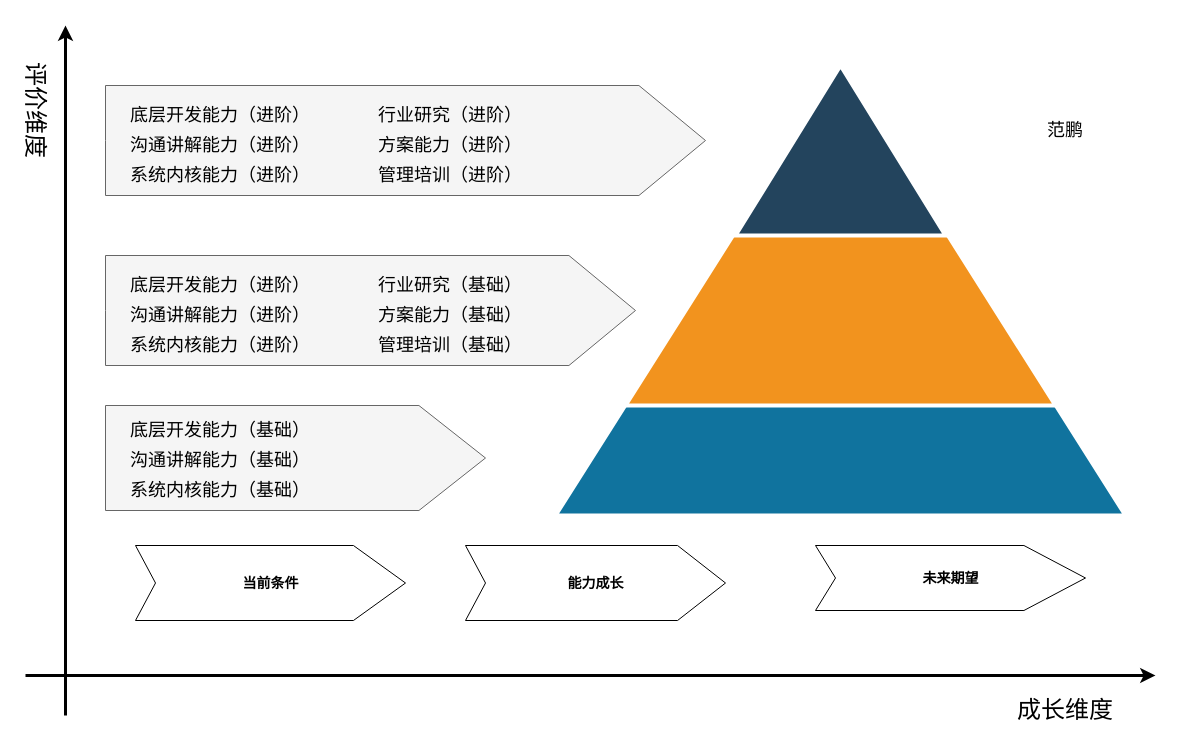
This is page "第 8 页" (8 of 8) of draw/ppt.drawio from peng-fan/drawio, a draw.io file, before an edit. Source tidied: cells renumbered, new cells numbered last; positions are measured from the earlier drawing's top-left corner, leaving out a move shared by most shapes. Both pictures are drawn from the tidied source at 100%, with x=0, y=0 at pixel (-15, 25).
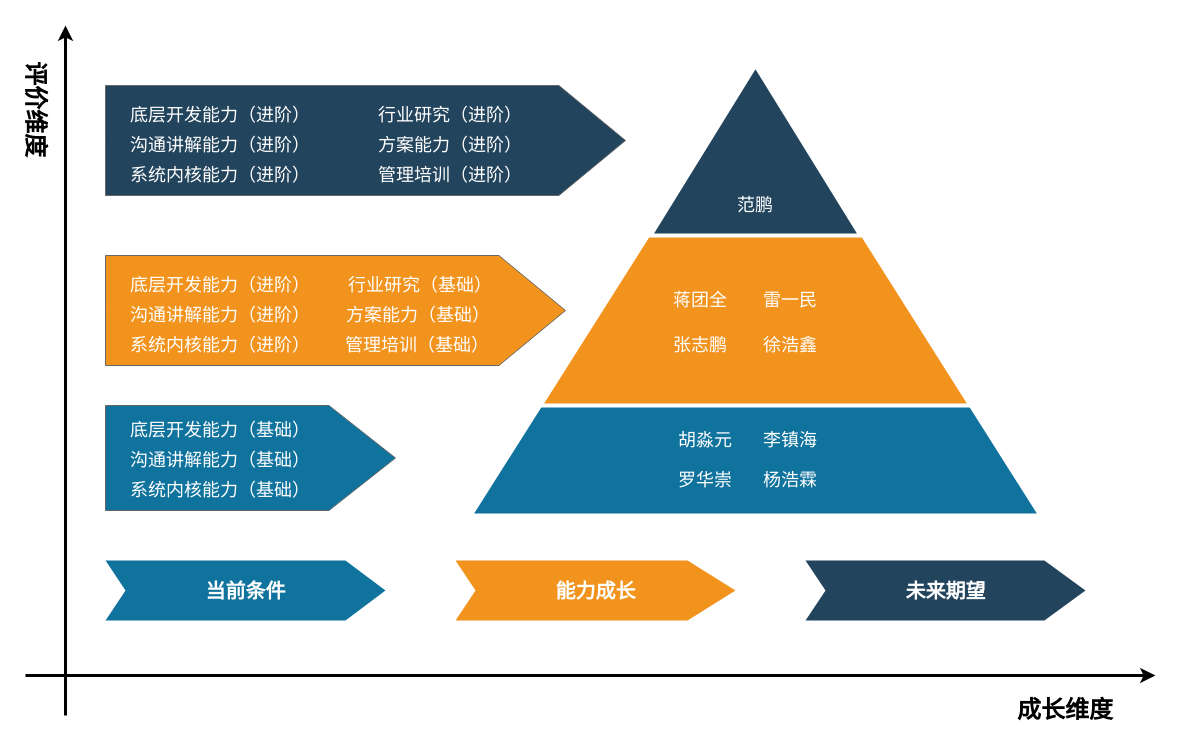
Above is the later version.

Diff of the diagram source:
```diff
@@
     <mxCell id="2" style="triangle;direction=north;strokeWidth=4;html=1;fillColor=#10739E;strokeColor=#ffffff;shadow=0;fontSize=10;fontColor=#FFFFFF;align=center;fontStyle=0;whiteSpace=wrap;spacing=10;" parent="1" vertex="1">
-      <mxGeometry x="570" y="40" width="570" height="450" as="geometry" />
+      <mxGeometry x="485" y="40" width="570" height="450" as="geometry" />
     </mxCell>
     <mxCell id="3" style="triangle;direction=north;strokeWidth=4;html=1;fillColor=#F2931E;strokeColor=#ffffff;shadow=0;fontSize=10;fontColor=#FFFFFF;align=center;fontStyle=0;whiteSpace=wrap;spacing=10;" parent="1" vertex="1">
-      <mxGeometry x="640" y="40" width="430" height="340" as="geometry" />
+      <mxGeometry x="555" y="40" width="430" height="340" as="geometry" />
     </mxCell>
     <mxCell id="4" style="triangle;direction=north;strokeWidth=4;html=1;fillColor=#23445D;strokeColor=#ffffff;shadow=0;fontSize=10;fontColor=#FFFFFF;align=center;fontStyle=0;whiteSpace=wrap;spacing=10;" parent="1" vertex="1">
-      <mxGeometry x="750" y="40" width="210" height="170" as="geometry" />
+      <mxGeometry x="665" y="40" width="210" height="170" as="geometry" />
     </mxCell>
-    <mxCell id="5" style="html=1;shape=mxgraph.infographic.ribbonSimple;notch1=0;notch2=66.57;fillColor=#f5f5f5;strokeColor=#666666;align=left;verticalAlign=middle;fontSize=18;spacingLeft=10;fontStyle=1;shadow=0;fontColor=#333333;" parent="1" vertex="1">
-      <mxGeometry x="120" y="380" width="380" height="105" as="geometry" />
+    <mxCell id="5" style="html=1;shape=mxgraph.infographic.ribbonSimple;notch1=0;notch2=66.57;fillColor=#10739e;strokeColor=#666666;align=left;verticalAlign=middle;fontSize=18;spacingLeft=10;fontStyle=1;shadow=0;fontColor=#333333;" parent="1" vertex="1">
+      <mxGeometry x="120" y="380" width="290" height="105" as="geometry" />
     </mxCell>
-    <mxCell id="6" value="当前条件" style="html=1;shape=mxgraph.infographic.ribbonSimple;notch1=20;notch2=52.06;align=center;verticalAlign=middle;fontSize=14;fontStyle=1;" parent="1" vertex="1">
-      <mxGeometry x="150" y="520" width="270" height="75" as="geometry" />
+    <mxCell id="6" value="&lt;font style=&quot;font-size: 20px;&quot; color=&quot;#ffffff&quot;&gt;当前条件&lt;/font&gt;" style="html=1;shape=mxgraph.infographic.ribbonSimple;notch1=20;notch2=40;align=center;verticalAlign=middle;fontSize=14;fontStyle=1;fillColor=#10739e;strokeColor=none;" parent="1" vertex="1">
+      <mxGeometry x="120" y="535" width="280" height="60" as="geometry" />
     </mxCell>
-    <mxCell id="7" value="能力成长" style="html=1;shape=mxgraph.infographic.ribbonSimple;notch1=20;notch2=47.94;align=center;verticalAlign=middle;fontSize=14;fontStyle=1;" parent="1" vertex="1">
-      <mxGeometry x="480" y="520" width="260" height="75" as="geometry" />
+    <mxCell id="7" value="&lt;font style=&quot;font-size: 20px;&quot; color=&quot;#ffffff&quot;&gt;能力成长&lt;/font&gt;" style="html=1;shape=mxgraph.infographic.ribbonSimple;notch1=20;notch2=47.94;align=center;verticalAlign=middle;fontSize=14;fontStyle=1;fillColor=#f2931e;strokeColor=none;" parent="1" vertex="1">
+      <mxGeometry x="470" y="535" width="280" height="60" as="geometry" />
     </mxCell>
-    <mxCell id="8" value="未来期望" style="html=1;shape=mxgraph.infographic.ribbonSimple;notch1=20;notch2=61.57;align=center;verticalAlign=middle;fontSize=14;fontStyle=1;" parent="1" vertex="1">
-      <mxGeometry x="830" y="520" width="270" height="65" as="geometry" />
+    <mxCell id="8" value="&lt;font style=&quot;font-size: 20px;&quot; color=&quot;#ffffff&quot;&gt;未来期望&lt;/font&gt;" style="html=1;shape=mxgraph.infographic.ribbonSimple;notch1=20;notch2=41.07;align=center;verticalAlign=middle;fontSize=14;fontStyle=1;fillColor=#23445d;strokeColor=none;" parent="1" vertex="1">
+      <mxGeometry x="820" y="535" width="280" height="60" as="geometry" />
     </mxCell>
@@
-    <mxCell id="11" value="&lt;font style=&quot;font-size: 18px;&quot;&gt;底层开发能力（基础）&lt;/font&gt;" style="text;html=1;strokeColor=none;fillColor=none;align=center;verticalAlign=middle;whiteSpace=wrap;rounded=0;" parent="1" vertex="1">
+    <mxCell id="11" value="&lt;font color=&quot;#ffffff&quot; style=&quot;font-size: 18px;&quot;&gt;底层开发能力（基础）&lt;/font&gt;" style="text;html=1;strokeColor=none;fillColor=none;align=center;verticalAlign=middle;whiteSpace=wrap;rounded=0;" parent="1" vertex="1">
       <mxGeometry x="120" y="390" width="230" height="30" as="geometry" />
     </mxCell>
-    <mxCell id="12" value="&lt;font style=&quot;font-size: 18px;&quot;&gt;沟通讲解能力（基础）&lt;/font&gt;" style="text;html=1;strokeColor=none;fillColor=none;align=center;verticalAlign=middle;whiteSpace=wrap;rounded=0;" parent="1" vertex="1">
+    <mxCell id="12" value="&lt;font color=&quot;#ffffff&quot; style=&quot;font-size: 18px;&quot;&gt;沟通讲解能力（基础）&lt;/font&gt;" style="text;html=1;strokeColor=none;fillColor=none;align=center;verticalAlign=middle;whiteSpace=wrap;rounded=0;" parent="1" vertex="1">
       <mxGeometry x="120" y="420" width="230" height="30" as="geometry" />
     </mxCell>
-    <mxCell id="13" value="&lt;font style=&quot;font-size: 18px;&quot;&gt;系统内核能力（基础）&lt;/font&gt;" style="text;html=1;strokeColor=none;fillColor=none;align=center;verticalAlign=middle;whiteSpace=wrap;rounded=0;" parent="1" vertex="1">
+    <mxCell id="13" value="&lt;font color=&quot;#ffffff&quot; style=&quot;font-size: 18px;&quot;&gt;系统内核能力（基础）&lt;/font&gt;" style="text;html=1;strokeColor=none;fillColor=none;align=center;verticalAlign=middle;whiteSpace=wrap;rounded=0;" parent="1" vertex="1">
       <mxGeometry x="120" y="450" width="230" height="30" as="geometry" />
     </mxCell>
-    <mxCell id="14" style="html=1;shape=mxgraph.infographic.ribbonSimple;notch1=0;notch2=66.57;fillColor=#f5f5f5;strokeColor=#666666;align=left;verticalAlign=middle;fontSize=18;spacingLeft=10;fontStyle=1;shadow=0;fontColor=#333333;" parent="1" vertex="1">
-      <mxGeometry x="120" y="230" width="530" height="110" as="geometry" />
+    <mxCell id="14" style="html=1;shape=mxgraph.infographic.ribbonSimple;notch1=0;notch2=66.57;fillColor=#f2931e;strokeColor=#666666;align=left;verticalAlign=middle;fontSize=18;spacingLeft=10;fontStyle=1;shadow=0;fontColor=#333333;" parent="1" vertex="1">
+      <mxGeometry x="120" y="230" width="460" height="110" as="geometry" />
     </mxCell>
-    <mxCell id="15" value="&lt;font style=&quot;font-size: 18px;&quot;&gt;底层开发能力（进阶）&lt;/font&gt;" style="text;html=1;strokeColor=none;fillColor=none;align=center;verticalAlign=middle;whiteSpace=wrap;rounded=0;" parent="1" vertex="1">
+    <mxCell id="15" value="&lt;font color=&quot;#ffffff&quot; style=&quot;font-size: 18px;&quot;&gt;底层开发能力（进阶）&lt;/font&gt;" style="text;html=1;strokeColor=none;fillColor=none;align=center;verticalAlign=middle;whiteSpace=wrap;rounded=0;" parent="1" vertex="1">
       <mxGeometry x="120" y="245" width="230" height="30" as="geometry" />
     </mxCell>
-    <mxCell id="16" value="&lt;font style=&quot;font-size: 18px;&quot;&gt;沟通讲解能力（进阶）&lt;/font&gt;" style="text;html=1;strokeColor=none;fillColor=none;align=center;verticalAlign=middle;whiteSpace=wrap;rounded=0;" parent="1" vertex="1">
+    <mxCell id="16" value="&lt;font color=&quot;#ffffff&quot; style=&quot;font-size: 18px;&quot;&gt;沟通讲解能力（进阶）&lt;/font&gt;" style="text;html=1;strokeColor=none;fillColor=none;align=center;verticalAlign=middle;whiteSpace=wrap;rounded=0;" parent="1" vertex="1">
       <mxGeometry x="120" y="275" width="230" height="30" as="geometry" />
     </mxCell>
-    <mxCell id="17" value="&lt;font style=&quot;font-size: 18px;&quot;&gt;系统内核能力（进阶）&lt;/font&gt;" style="text;html=1;strokeColor=none;fillColor=none;align=center;verticalAlign=middle;whiteSpace=wrap;rounded=0;" parent="1" vertex="1">
+    <mxCell id="17" value="&lt;font color=&quot;#ffffff&quot; style=&quot;font-size: 18px;&quot;&gt;系统内核能力（进阶）&lt;/font&gt;" style="text;html=1;strokeColor=none;fillColor=none;align=center;verticalAlign=middle;whiteSpace=wrap;rounded=0;" parent="1" vertex="1">
       <mxGeometry x="120" y="305" width="230" height="30" as="geometry" />
     </mxCell>
-    <mxCell id="18" value="&lt;font style=&quot;font-size: 18px;&quot;&gt;行业研究（基础）&lt;/font&gt;" style="text;html=1;strokeColor=none;fillColor=none;align=center;verticalAlign=middle;whiteSpace=wrap;rounded=0;" parent="1" vertex="1">
-      <mxGeometry x="350" y="245" width="230" height="30" as="geometry" />
+    <mxCell id="18" value="&lt;font color=&quot;#ffffff&quot; style=&quot;font-size: 18px;&quot;&gt;行业研究（基础）&lt;/font&gt;" style="text;html=1;strokeColor=none;fillColor=none;align=center;verticalAlign=middle;whiteSpace=wrap;rounded=0;" parent="1" vertex="1">
+      <mxGeometry x="320" y="245" width="230" height="30" as="geometry" />
     </mxCell>
-    <mxCell id="19" value="&lt;font style=&quot;font-size: 18px;&quot;&gt;方案能力（基础）&lt;/font&gt;" style="text;html=1;strokeColor=none;fillColor=none;align=center;verticalAlign=middle;whiteSpace=wrap;rounded=0;" parent="1" vertex="1">
-      <mxGeometry x="350" y="275" width="230" height="30" as="geometry" />
+    <mxCell id="19" value="&lt;font color=&quot;#ffffff&quot; style=&quot;font-size: 18px;&quot;&gt;方案能力（基础）&lt;/font&gt;" style="text;html=1;strokeColor=none;fillColor=none;align=center;verticalAlign=middle;whiteSpace=wrap;rounded=0;" parent="1" vertex="1">
+      <mxGeometry x="318" y="275" width="230" height="30" as="geometry" />
     </mxCell>
-    <mxCell id="20" value="&lt;font style=&quot;font-size: 18px;&quot;&gt;管理培训（基础）&lt;/font&gt;" style="text;html=1;strokeColor=none;fillColor=none;align=center;verticalAlign=middle;whiteSpace=wrap;rounded=0;" parent="1" vertex="1">
-      <mxGeometry x="350" y="305" width="230" height="30" as="geometry" />
+    <mxCell id="20" value="&lt;font color=&quot;#ffffff&quot; style=&quot;font-size: 18px;&quot;&gt;管理培训（基础）&lt;/font&gt;" style="text;html=1;strokeColor=none;fillColor=none;align=center;verticalAlign=middle;whiteSpace=wrap;rounded=0;" parent="1" vertex="1">
+      <mxGeometry x="317" y="305" width="230" height="30" as="geometry" />
     </mxCell>
-    <mxCell id="21" style="html=1;shape=mxgraph.infographic.ribbonSimple;notch1=0;notch2=66.57;fillColor=#f5f5f5;strokeColor=#666666;align=left;verticalAlign=middle;fontSize=18;spacingLeft=10;fontStyle=1;shadow=0;fontColor=#333333;" parent="1" vertex="1">
-      <mxGeometry x="120" y="60" width="600" height="110" as="geometry" />
+    <mxCell id="21" style="html=1;shape=mxgraph.infographic.ribbonSimple;notch1=0;notch2=66.57;fillColor=#23445d;strokeColor=#666666;align=left;verticalAlign=middle;fontSize=18;spacingLeft=10;fontStyle=1;shadow=0;fontColor=#333333;" parent="1" vertex="1">
+      <mxGeometry x="120" y="60" width="520" height="110" as="geometry" />
     </mxCell>
-    <mxCell id="22" value="&lt;font style=&quot;font-size: 18px;&quot;&gt;底层开发能力（进阶）&lt;/font&gt;" style="text;html=1;strokeColor=none;fillColor=none;align=center;verticalAlign=middle;whiteSpace=wrap;rounded=0;" parent="1" vertex="1">
+    <mxCell id="22" value="&lt;font color=&quot;#ffffff&quot; style=&quot;font-size: 18px;&quot;&gt;底层开发能力（进阶）&lt;/font&gt;" style="text;html=1;strokeColor=none;fillColor=none;align=center;verticalAlign=middle;whiteSpace=wrap;rounded=0;" parent="1" vertex="1">
       <mxGeometry x="120" y="75" width="230" height="30" as="geometry" />
     </mxCell>
-    <mxCell id="23" value="&lt;font style=&quot;font-size: 18px;&quot;&gt;沟通讲解能力（进阶）&lt;/font&gt;" style="text;html=1;strokeColor=none;fillColor=none;align=center;verticalAlign=middle;whiteSpace=wrap;rounded=0;" parent="1" vertex="1">
+    <mxCell id="23" value="&lt;font color=&quot;#ffffff&quot; style=&quot;font-size: 18px;&quot;&gt;沟通讲解能力（进阶）&lt;/font&gt;" style="text;html=1;strokeColor=none;fillColor=none;align=center;verticalAlign=middle;whiteSpace=wrap;rounded=0;" parent="1" vertex="1">
       <mxGeometry x="120" y="105" width="230" height="30" as="geometry" />
     </mxCell>
-    <mxCell id="24" value="&lt;font style=&quot;font-size: 18px;&quot;&gt;系统内核能力（进阶）&lt;/font&gt;" style="text;html=1;strokeColor=none;fillColor=none;align=center;verticalAlign=middle;whiteSpace=wrap;rounded=0;" parent="1" vertex="1">
+    <mxCell id="24" value="&lt;font color=&quot;#ffffff&quot; style=&quot;font-size: 18px;&quot;&gt;系统内核能力（进阶）&lt;/font&gt;" style="text;html=1;strokeColor=none;fillColor=none;align=center;verticalAlign=middle;whiteSpace=wrap;rounded=0;" parent="1" vertex="1">
       <mxGeometry x="120" y="135" width="230" height="30" as="geometry" />
     </mxCell>
-    <mxCell id="25" value="&lt;font style=&quot;font-size: 18px;&quot;&gt;行业研究（进阶）&lt;/font&gt;" style="text;html=1;strokeColor=none;fillColor=none;align=center;verticalAlign=middle;whiteSpace=wrap;rounded=0;" parent="1" vertex="1">
+    <mxCell id="25" value="&lt;font color=&quot;#ffffff&quot; style=&quot;font-size: 18px;&quot;&gt;行业研究（进阶）&lt;/font&gt;" style="text;html=1;strokeColor=none;fillColor=none;align=center;verticalAlign=middle;whiteSpace=wrap;rounded=0;" parent="1" vertex="1">
       <mxGeometry x="350" y="75" width="230" height="30" as="geometry" />
     </mxCell>
-    <mxCell id="26" value="&lt;font style=&quot;font-size: 18px;&quot;&gt;方案能力（进阶）&lt;/font&gt;" style="text;html=1;strokeColor=none;fillColor=none;align=center;verticalAlign=middle;whiteSpace=wrap;rounded=0;" parent="1" vertex="1">
+    <mxCell id="26" value="&lt;font color=&quot;#ffffff&quot; style=&quot;font-size: 18px;&quot;&gt;方案能力（进阶）&lt;/font&gt;" style="text;html=1;strokeColor=none;fillColor=none;align=center;verticalAlign=middle;whiteSpace=wrap;rounded=0;" parent="1" vertex="1">
       <mxGeometry x="350" y="105" width="230" height="30" as="geometry" />
     </mxCell>
-    <mxCell id="27" value="&lt;font style=&quot;font-size: 18px;&quot;&gt;管理培训（进阶）&lt;/font&gt;" style="text;html=1;strokeColor=none;fillColor=none;align=center;verticalAlign=middle;whiteSpace=wrap;rounded=0;" parent="1" vertex="1">
+    <mxCell id="27" value="&lt;font color=&quot;#ffffff&quot; style=&quot;font-size: 18px;&quot;&gt;管理培训（进阶）&lt;/font&gt;" style="text;html=1;strokeColor=none;fillColor=none;align=center;verticalAlign=middle;whiteSpace=wrap;rounded=0;" parent="1" vertex="1">
       <mxGeometry x="350" y="135" width="230" height="30" as="geometry" />
     </mxCell>
-    <mxCell id="28" value="&lt;font style=&quot;font-size: 24px;&quot;&gt;评价维度&lt;/font&gt;" style="text;html=1;strokeColor=none;fillColor=none;align=center;verticalAlign=middle;whiteSpace=wrap;rounded=0;fontSize=18;rotation=90;" parent="1" vertex="1">
+    <mxCell id="28" value="&lt;font style=&quot;font-size: 24px;&quot;&gt;&lt;b&gt;评价维度&lt;/b&gt;&lt;/font&gt;" style="text;html=1;strokeColor=none;fillColor=none;align=center;verticalAlign=middle;whiteSpace=wrap;rounded=0;fontSize=18;rotation=90;" parent="1" vertex="1">
       <mxGeometry y="70" width="100" height="30" as="geometry" />
     </mxCell>
-    <mxCell id="29" value="&lt;font style=&quot;font-size: 24px;&quot;&gt;成长维度&lt;/font&gt;" style="text;html=1;strokeColor=none;fillColor=none;align=center;verticalAlign=middle;whiteSpace=wrap;rounded=0;fontSize=18;rotation=0;" parent="1" vertex="1">
+    <mxCell id="29" value="&lt;font style=&quot;font-size: 24px;&quot;&gt;&lt;b&gt;成长维度&lt;/b&gt;&lt;/font&gt;" style="text;html=1;strokeColor=none;fillColor=none;align=center;verticalAlign=middle;whiteSpace=wrap;rounded=0;fontSize=18;rotation=0;" parent="1" vertex="1">
       <mxGeometry x="1030" y="670" width="100" height="30" as="geometry" />
     </mxCell>
-    <mxCell id="30" value="&lt;font style=&quot;font-size: 18px;&quot;&gt;范鹏&lt;/font&gt;" style="text;html=1;strokeColor=none;fillColor=none;align=center;verticalAlign=middle;whiteSpace=wrap;rounded=0;" parent="1" vertex="1">
-      <mxGeometry x="1045" y="90" width="70" height="30" as="geometry" />
+    <mxCell id="30" value="&lt;font color=&quot;#ffffff&quot; style=&quot;font-size: 18px;&quot;&gt;范鹏&lt;/font&gt;" style="text;html=1;strokeColor=none;fillColor=none;align=center;verticalAlign=middle;whiteSpace=wrap;rounded=0;" parent="1" vertex="1">
+      <mxGeometry x="735" y="165" width="70" height="30" as="geometry" />
     </mxCell>
+    <mxCell id="31" value="&lt;font color=&quot;#ffffff&quot; style=&quot;font-size: 18px;&quot;&gt;蒋团全&lt;/font&gt;" style="text;html=1;strokeColor=none;fillColor=none;align=center;verticalAlign=middle;whiteSpace=wrap;rounded=0;" parent="1" vertex="1">
+      <mxGeometry x="680" y="260" width="70" height="30" as="geometry" />
+    </mxCell>
+    <mxCell id="32" value="&lt;font color=&quot;#ffffff&quot; style=&quot;font-size: 18px;&quot;&gt;雷一民&lt;/font&gt;" style="text;html=1;strokeColor=none;fillColor=none;align=center;verticalAlign=middle;whiteSpace=wrap;rounded=0;" parent="1" vertex="1">
+      <mxGeometry x="770" y="260" width="70" height="30" as="geometry" />
+    </mxCell>
+    <mxCell id="33" value="&lt;font color=&quot;#ffffff&quot; style=&quot;font-size: 18px;&quot;&gt;张志鹏&lt;/font&gt;" style="text;html=1;strokeColor=none;fillColor=none;align=center;verticalAlign=middle;whiteSpace=wrap;rounded=0;" parent="1" vertex="1">
+      <mxGeometry x="680" y="305" width="70" height="30" as="geometry" />
+    </mxCell>
+    <mxCell id="34" value="&lt;font color=&quot;#ffffff&quot; style=&quot;font-size: 18px;&quot;&gt;徐浩鑫&lt;/font&gt;" style="text;html=1;strokeColor=none;fillColor=none;align=center;verticalAlign=middle;whiteSpace=wrap;rounded=0;" parent="1" vertex="1">
+      <mxGeometry x="770" y="305" width="70" height="30" as="geometry" />
+    </mxCell>
+    <mxCell id="35" value="&lt;font color=&quot;#ffffff&quot; style=&quot;font-size: 18px;&quot;&gt;胡淼元&lt;/font&gt;" style="text;html=1;strokeColor=none;fillColor=none;align=center;verticalAlign=middle;whiteSpace=wrap;rounded=0;" parent="1" vertex="1">
+      <mxGeometry x="685" y="400" width="70" height="30" as="geometry" />
+    </mxCell>
+    <mxCell id="36" value="&lt;font color=&quot;#ffffff&quot; style=&quot;font-size: 18px;&quot;&gt;李镇海&lt;/font&gt;" style="text;html=1;strokeColor=none;fillColor=none;align=center;verticalAlign=middle;whiteSpace=wrap;rounded=0;" parent="1" vertex="1">
+      <mxGeometry x="770" y="400" width="70" height="30" as="geometry" />
+    </mxCell>
+    <mxCell id="37" value="&lt;font color=&quot;#ffffff&quot; style=&quot;font-size: 18px;&quot;&gt;罗华崇&lt;/font&gt;" style="text;html=1;strokeColor=none;fillColor=none;align=center;verticalAlign=middle;whiteSpace=wrap;rounded=0;" parent="1" vertex="1">
+      <mxGeometry x="685" y="440" width="70" height="30" as="geometry" />
+    </mxCell>
+    <mxCell id="38" value="&lt;font color=&quot;#ffffff&quot; style=&quot;font-size: 18px;&quot;&gt;杨浩霖&lt;/font&gt;" style="text;html=1;strokeColor=none;fillColor=none;align=center;verticalAlign=middle;whiteSpace=wrap;rounded=0;" parent="1" vertex="1">
+      <mxGeometry x="770" y="440" width="70" height="30" as="geometry" />
+    </mxCell>
```
